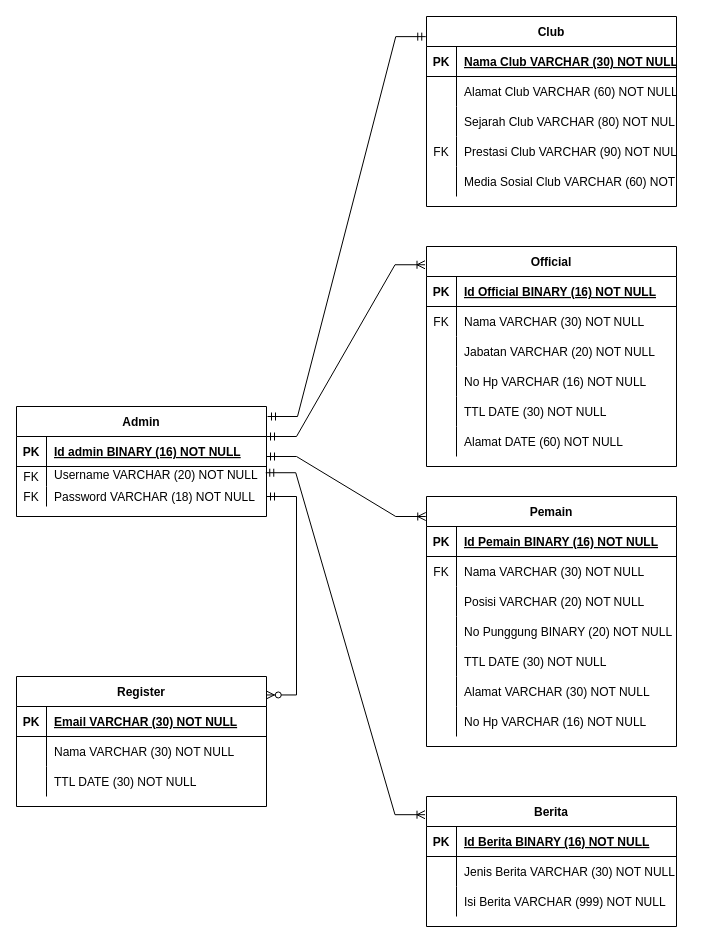
rayhantsaury/IF214002 keeps this draw.io diagram as Pertemuan5/Untitled Diagram.drawio. Above is the earlier version. Source tidied: cells renumbered, new cells numbered last; positions are measured from the earlier drawing's top-left corner, leaving out a move shared by most shapes. Both pictures are drawn from the tidied source at 100%, with x=0, y=0 at pixel (16, 16).
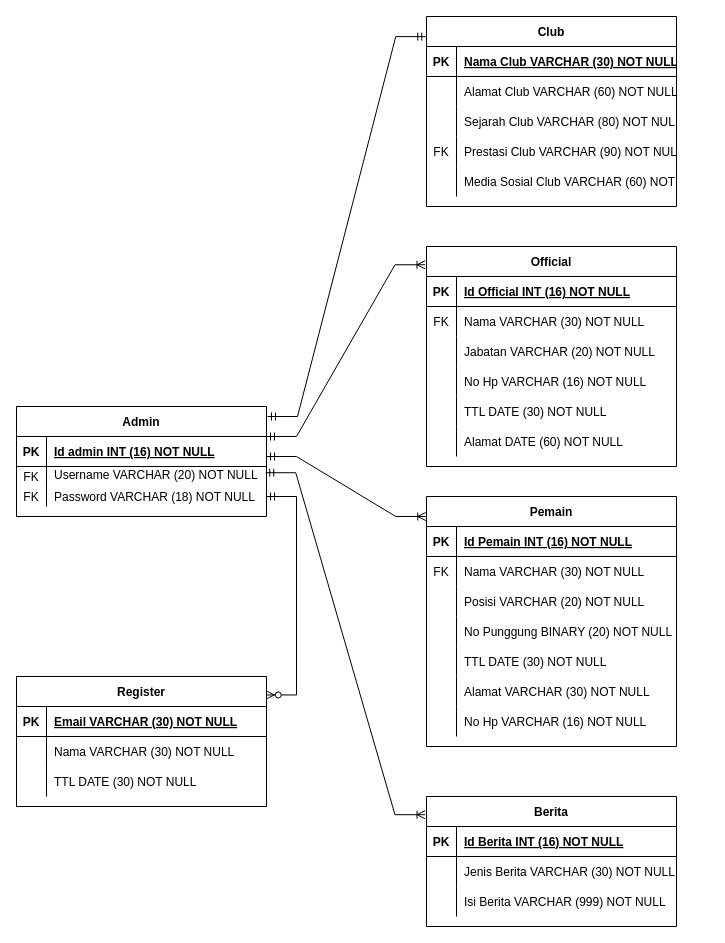
After the change.

The change refers to these unchanged cells:
```xml
<mxCell id="19" style="shape=partialRectangle;fillColor=none;top=0;left=0;right=0;bottom=1;" parent="18" vertex="1">
  <mxGeometry y="30" width="250" height="30" as="geometry" />
</mxCell>
<mxCell id="38" style="shape=partialRectangle;fillColor=none;top=0;left=0;right=0;bottom=1;" parent="37" vertex="1">
  <mxGeometry y="30" width="250" height="30" as="geometry" />
</mxCell>
<mxCell id="48" style="shape=partialRectangle;fillColor=none;top=0;left=0;right=0;bottom=1;" parent="47" vertex="1">
  <mxGeometry y="30" width="250" height="30" as="geometry" />
</mxCell>
<mxCell id="58" style="shape=partialRectangle;fillColor=none;top=0;left=0;right=0;bottom=1;" parent="57" vertex="1">
  <mxGeometry y="30" width="250" height="30" as="geometry" />
</mxCell>
```

Diff of the diagram source:
```diff
@@
-    <mxCell id="21" value="Id Official BINARY (16) NOT NULL" style="shape=partialRectangle;overflow=hidden;fillColor=none;top=0;left=0;bottom=0;right=0;align=left;spacingLeft=6;fontStyle=5;" parent="19" vertex="1">
+    <mxCell id="21" value="Id Official INT (16) NOT NULL" style="shape=partialRectangle;overflow=hidden;fillColor=none;top=0;left=0;bottom=0;right=0;align=left;spacingLeft=6;fontStyle=5;" parent="19" vertex="1">
       <mxGeometry x="30" width="220" height="30" as="geometry" />
     </mxCell>
@@
-    <mxCell id="40" value="Id admin BINARY (16) NOT NULL" style="shape=partialRectangle;overflow=hidden;fillColor=none;top=0;left=0;bottom=0;right=0;align=left;spacingLeft=6;fontStyle=5;" parent="38" vertex="1">
+    <mxCell id="40" value="Id admin INT (16) NOT NULL" style="shape=partialRectangle;overflow=hidden;fillColor=none;top=0;left=0;bottom=0;right=0;align=left;spacingLeft=6;fontStyle=5;" parent="38" vertex="1">
       <mxGeometry x="30" width="220" height="30" as="geometry" />
     </mxCell>
@@
-    <mxCell id="50" value="Id Berita BINARY (16) NOT NULL" style="shape=partialRectangle;overflow=hidden;fillColor=none;top=0;left=0;bottom=0;right=0;align=left;spacingLeft=6;fontStyle=5;" parent="48" vertex="1">
+    <mxCell id="50" value="Id Berita INT (16) NOT NULL" style="shape=partialRectangle;overflow=hidden;fillColor=none;top=0;left=0;bottom=0;right=0;align=left;spacingLeft=6;fontStyle=5;" parent="48" vertex="1">
       <mxGeometry x="30" width="220" height="30" as="geometry" />
     </mxCell>
@@
-    <mxCell id="60" value="Id Pemain BINARY (16) NOT NULL" style="shape=partialRectangle;overflow=hidden;fillColor=none;top=0;left=0;bottom=0;right=0;align=left;spacingLeft=6;fontStyle=5;" parent="58" vertex="1">
+    <mxCell id="60" value="Id Pemain INT (16) NOT NULL" style="shape=partialRectangle;overflow=hidden;fillColor=none;top=0;left=0;bottom=0;right=0;align=left;spacingLeft=6;fontStyle=5;" parent="58" vertex="1">
       <mxGeometry x="30" width="220" height="30" as="geometry" />
     </mxCell>
```
